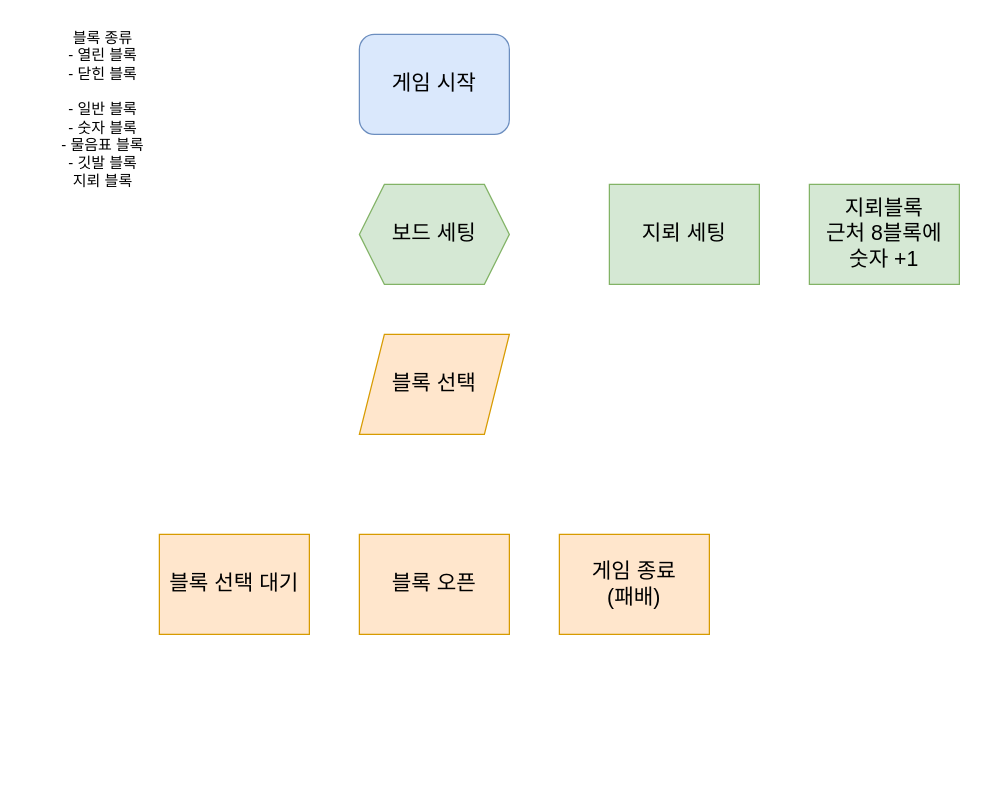
The draw.io diagram minesweaper.drawio in siddltkfkd/minesweaper, before the edit. Source tidied: cells renumbered, new cells numbered last; positions are measured from the earlier drawing's top-left corner, leaving out a move shared by most shapes. Both pictures are drawn from the tidied source at 125%, with x=0, y=0 at pixel (34, 21).
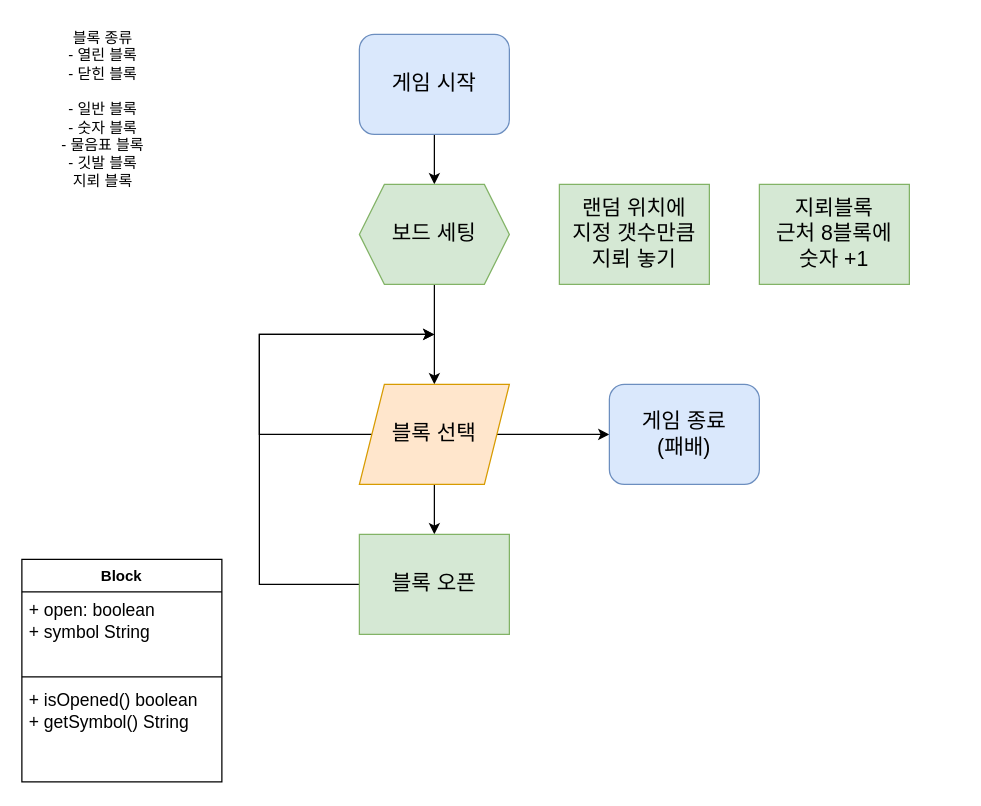
Above is the later version.

Unchanged cells that the change refers to:
```xml
<mxCell id="3" value="게임 시작" style="rounded=1;whiteSpace=wrap;html=1;fillColor=#dae8fc;strokeColor=#6c8ebf;fontSize=17;" parent="1" vertex="1">
  <mxGeometry x="260" y="10" width="120" height="80" as="geometry" />
</mxCell>
<mxCell id="4" value="보드 세팅" style="shape=hexagon;perimeter=hexagonPerimeter2;whiteSpace=wrap;html=1;fixedSize=1;fontSize=17;fillColor=#d5e8d4;strokeColor=#82b366;" parent="1" vertex="1">
  <mxGeometry x="260" y="130" width="120" height="80" as="geometry" />
</mxCell>
```

Diff of the diagram source:
```diff
@@
+    <mxCell id="11" style="edgeStyle=orthogonalEdgeStyle;rounded=0;jettySize=auto;html=1;exitX=0.5;exitY=1;exitDx=0;exitDy=0;entryX=0.5;entryY=0;entryDx=0;entryDy=0;" parent="1" edge="1" source="3" target="4">
+      <mxGeometry relative="1" as="geometry" />
+    </mxCell>
@@
+    <mxCell id="12" style="edgeStyle=orthogonalEdgeStyle;rounded=0;jettySize=auto;html=1;exitX=0.5;exitY=1;exitDx=0;exitDy=0;entryX=0.5;entryY=0;entryDx=0;entryDy=0;" parent="1" edge="1" source="4" target="7">
+      <mxGeometry relative="1" as="geometry" />
+    </mxCell>
@@
-    <mxCell id="5" value="지뢰 세팅" style="rounded=0;whiteSpace=wrap;html=1;fillColor=#d5e8d4;strokeColor=#82b366;fontSize=17;" parent="1" vertex="1">
-      <mxGeometry x="460" y="130" width="120" height="80" as="geometry" />
+    <mxCell id="5" value="랜덤 위치에&lt;div&gt;지정 갯수만큼&lt;/div&gt;&lt;div&gt;지뢰 놓기&lt;/div&gt;" style="rounded=0;whiteSpace=wrap;html=1;fillColor=#d5e8d4;strokeColor=#82b366;fontSize=17;" parent="1" vertex="1">
+      <mxGeometry x="420" y="130" width="120" height="80" as="geometry" />
     </mxCell>
     <mxCell id="6" value="지뢰블록&lt;div&gt;근처 8블록에&lt;/div&gt;&lt;div&gt;숫자 +1&lt;/div&gt;" style="rounded=0;whiteSpace=wrap;html=1;fillColor=#d5e8d4;strokeColor=#82b366;fontSize=17;" parent="1" vertex="1">
-      <mxGeometry x="620" y="130" width="120" height="80" as="geometry" />
+      <mxGeometry x="580" y="130" width="120" height="80" as="geometry" />
     </mxCell>
+    <mxCell id="13" style="edgeStyle=orthogonalEdgeStyle;rounded=0;jettySize=auto;html=1;exitX=0.5;exitY=1;exitDx=0;exitDy=0;entryX=0.5;entryY=0;entryDx=0;entryDy=0;" parent="1" edge="1" source="7">
+      <mxGeometry relative="1" as="geometry">
+        <mxPoint x="320" y="410" as="targetPoint" />
+      </mxGeometry>
+    </mxCell>
+    <mxCell id="14" style="edgeStyle=orthogonalEdgeStyle;rounded=0;jettySize=auto;html=1;exitX=0;exitY=0.5;exitDx=0;exitDy=0;" parent="1" edge="1" source="7">
+      <mxGeometry relative="1" as="geometry">
+        <mxPoint x="320" y="250" as="targetPoint" />
+        <Array as="points">
+          <mxPoint x="180" y="330" />
+          <mxPoint x="180" y="250" />
+        </Array>
+      </mxGeometry>
+    </mxCell>
+    <mxCell id="15" style="edgeStyle=orthogonalEdgeStyle;rounded=0;jettySize=auto;html=1;exitX=1;exitY=0.5;exitDx=0;exitDy=0;entryX=0;entryY=0.5;entryDx=0;entryDy=0;" parent="1" edge="1" source="7" target="9">
+      <mxGeometry relative="1" as="geometry" />
+    </mxCell>
     <mxCell id="7" value="블록 선택" style="shape=parallelogram;perimeter=parallelogramPerimeter;whiteSpace=wrap;html=1;fixedSize=1;fillColor=#ffe6cc;strokeColor=#d79b00;fontSize=17;" parent="1" vertex="1">
-      <mxGeometry x="260" y="250" width="120" height="80" as="geometry" />
+      <mxGeometry x="260" y="290" width="120" height="80" as="geometry" />
     </mxCell>
-    <mxCell id="8" value="블록 선택 대기" style="rounded=0;whiteSpace=wrap;html=1;fillColor=#ffe6cc;strokeColor=#d79b00;fontSize=17;" parent="1" vertex="1">
-      <mxGeometry x="100" y="410" width="120" height="80" as="geometry" />
-    </mxCell>
+    <mxCell id="16" value="Block" style="swimlane;fontStyle=1;align=center;verticalAlign=top;horizontal=1;startSize=26;whiteSpace=wrap;html=1;" parent="1" vertex="1">
+      <mxGeometry x="-10" y="430" width="160" height="178" as="geometry" />
+    </mxCell>
+    <mxCell id="17" value="+ open: boolean&lt;div style=&quot;font-size: 14px;&quot;&gt;+ symbol String&lt;/div&gt;" style="text;strokeColor=none;fillColor=none;align=left;verticalAlign=top;spacingLeft=4;spacingRight=4;overflow=hidden;whiteSpace=wrap;html=1;fontSize=14;" parent="16" vertex="1">
+      <mxGeometry y="26" width="160" height="64" as="geometry" />
+    </mxCell>
+    <mxCell id="18" style="line;strokeWidth=1;fillColor=none;align=left;verticalAlign=middle;spacingTop=-1;spacingLeft=3;spacingRight=3;labelPosition=right;strokeColor=inherit;" parent="16" vertex="1">
+      <mxGeometry y="90" width="160" height="8" as="geometry" />
+    </mxCell>
+    <mxCell id="19" value="+ isOpened() boolean&lt;div style=&quot;font-size: 14px;&quot;&gt;+ getSymbol() String&lt;/div&gt;" style="text;strokeColor=none;fillColor=none;align=left;verticalAlign=top;spacingLeft=4;spacingRight=4;overflow=hidden;whiteSpace=wrap;html=1;fontSize=14;" parent="16" vertex="1">
+      <mxGeometry y="98" width="160" height="80" as="geometry" />
+    </mxCell>
-    <mxCell id="9" value="게임 종료&lt;div&gt;(패배)&lt;/div&gt;" style="rounded=0;whiteSpace=wrap;html=1;fillColor=#ffe6cc;strokeColor=#d79b00;fontSize=17;" parent="1" vertex="1">
-      <mxGeometry x="420" y="410" width="120" height="80" as="geometry" />
+    <mxCell id="9" value="게임 종료&lt;div&gt;(패배)&lt;/div&gt;" style="rounded=1;whiteSpace=wrap;html=1;fillColor=#dae8fc;strokeColor=#6c8ebf;fontSize=17;" parent="1" vertex="1">
+      <mxGeometry x="460" y="290" width="120" height="80" as="geometry" />
     </mxCell>
+    <mxCell id="20" style="edgeStyle=orthogonalEdgeStyle;rounded=0;jettySize=auto;html=1;exitX=0;exitY=0.5;exitDx=0;exitDy=0;" parent="1" edge="1" source="10">
+      <mxGeometry relative="1" as="geometry">
+        <mxPoint x="320" y="250" as="targetPoint" />
+        <Array as="points">
+          <mxPoint x="180" y="450" />
+          <mxPoint x="180" y="250" />
+        </Array>
+      </mxGeometry>
+    </mxCell>
-    <mxCell id="10" value="블록 오픈" style="rounded=0;whiteSpace=wrap;html=1;fillColor=#ffe6cc;strokeColor=#d79b00;fontSize=17;" parent="1" vertex="1">
+    <mxCell id="10" value="블록 오픈" style="rounded=0;whiteSpace=wrap;html=1;fillColor=#d5e8d4;strokeColor=#82b366;fontSize=17;" parent="1" vertex="1">
       <mxGeometry x="260" y="410" width="120" height="80" as="geometry" />
     </mxCell>
```
